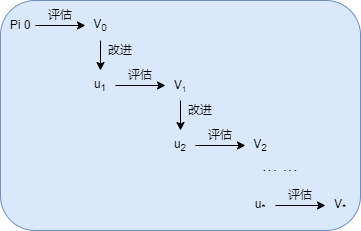
The draw.io diagram docs/ml/rl/images/pi.png in stuPETER12138/wiki, before a commit. Source tidied: cells renumbered, new cells last; positions are measured from the earlier drawing's top-left corner, leaving out a move shared by most shapes.
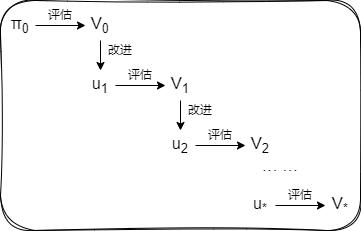
The same file after the commit.

Change to the diagram source:
```diff
@@ -2,19 +2,19 @@
   <root>
     <mxCell id="0" />
     <mxCell id="1" parent="0" />
-    <mxCell id="2" style="rounded=1;whiteSpace=wrap;html=1;fillColor=#dae8fc;strokeColor=#6c8ebf;shadow=0;glass=0;" parent="1" vertex="1">
+    <mxCell id="2" style="rounded=1;whiteSpace=wrap;html=1;shadow=0;glass=0;sketch=1;curveFitting=1;jiggle=2;" parent="1" vertex="1">
       <mxGeometry width="360" height="230" as="geometry" />
     </mxCell>
     <mxCell id="3" style="edgeStyle=none;html=1;exitX=1;exitY=0.5;exitDx=0;exitDy=0;entryX=0;entryY=0.5;entryDx=0;entryDy=0;" parent="1" edge="1" source="4" target="6">
       <mxGeometry relative="1" as="geometry" />
     </mxCell>
-    <mxCell id="4" value="Pi 0" style="text;html=1;align=center;verticalAlign=middle;whiteSpace=wrap;rounded=0;" parent="1" vertex="1">
+    <mxCell id="4" value="&lt;font style=&quot;font-size: 16px;&quot;&gt;π&lt;sub style=&quot;&quot;&gt;0&lt;/sub&gt;&lt;/font&gt;" style="text;html=1;align=center;verticalAlign=middle;whiteSpace=wrap;rounded=0;" parent="1" vertex="1">
       <mxGeometry x="5" y="10" width="30" height="30" as="geometry" />
     </mxCell>
     <mxCell id="5" style="edgeStyle=none;html=1;exitX=0.5;exitY=1;exitDx=0;exitDy=0;entryX=0.5;entryY=0;entryDx=0;entryDy=0;" parent="1" edge="1" source="6" target="9">
       <mxGeometry relative="1" as="geometry" />
     </mxCell>
-    <mxCell id="6" value="V&lt;sub&gt;0&lt;/sub&gt;" style="text;html=1;align=center;verticalAlign=middle;whiteSpace=wrap;rounded=0;" parent="1" vertex="1">
+    <mxCell id="6" value="&lt;font style=&quot;font-size: 16px;&quot;&gt;V&lt;sub style=&quot;&quot;&gt;0&lt;/sub&gt;&lt;/font&gt;" style="text;html=1;align=center;verticalAlign=middle;whiteSpace=wrap;rounded=0;" parent="1" vertex="1">
       <mxGeometry x="85" y="10" width="30" height="30" as="geometry" />
     </mxCell>
     <mxCell id="7" value="评估" style="text;html=1;align=center;verticalAlign=middle;whiteSpace=wrap;rounded=0;" parent="1" vertex="1">
@@ -23,13 +23,13 @@
     <mxCell id="8" style="edgeStyle=none;html=1;exitX=1;exitY=0.5;exitDx=0;exitDy=0;entryX=0;entryY=0.5;entryDx=0;entryDy=0;" parent="1" edge="1" source="9" target="11">
       <mxGeometry relative="1" as="geometry" />
     </mxCell>
-    <mxCell id="9" value="u&lt;sub&gt;1&lt;/sub&gt;" style="text;html=1;align=center;verticalAlign=middle;whiteSpace=wrap;rounded=0;" parent="1" vertex="1">
+    <mxCell id="9" value="&lt;font style=&quot;font-size: 16px;&quot;&gt;u&lt;sub style=&quot;&quot;&gt;1&lt;/sub&gt;&lt;/font&gt;" style="text;html=1;align=center;verticalAlign=middle;whiteSpace=wrap;rounded=0;" parent="1" vertex="1">
       <mxGeometry x="85" y="70" width="30" height="30" as="geometry" />
     </mxCell>
     <mxCell id="10" value="改进" style="text;html=1;align=center;verticalAlign=middle;whiteSpace=wrap;rounded=0;" parent="1" vertex="1">
       <mxGeometry x="95" y="40" width="50" height="20" as="geometry" />
     </mxCell>
-    <mxCell id="11" value="V&lt;span style=&quot;font-size: 10px;&quot;&gt;&lt;sub&gt;1&lt;/sub&gt;&lt;/span&gt;" style="text;html=1;align=center;verticalAlign=middle;whiteSpace=wrap;rounded=0;" parent="1" vertex="1">
+    <mxCell id="11" value="&lt;font style=&quot;font-size: 16px;&quot;&gt;V&lt;sub style=&quot;&quot;&gt;1&lt;/sub&gt;&lt;/font&gt;" style="text;html=1;align=center;verticalAlign=middle;whiteSpace=wrap;rounded=0;" parent="1" vertex="1">
       <mxGeometry x="165" y="70" width="30" height="30" as="geometry" />
     </mxCell>
     <mxCell id="12" value="评估" style="text;html=1;align=center;verticalAlign=middle;whiteSpace=wrap;rounded=0;" parent="1" vertex="1">
@@ -41,13 +41,13 @@
     <mxCell id="14" style="edgeStyle=none;html=1;exitX=1;exitY=0.5;exitDx=0;exitDy=0;entryX=0;entryY=0.5;entryDx=0;entryDy=0;" parent="1" edge="1" source="15" target="17">
       <mxGeometry relative="1" as="geometry" />
     </mxCell>
-    <mxCell id="15" value="u&lt;sub&gt;2&lt;/sub&gt;" style="text;html=1;align=center;verticalAlign=middle;whiteSpace=wrap;rounded=0;" parent="1" vertex="1">
+    <mxCell id="15" value="&lt;font style=&quot;font-size: 16px;&quot;&gt;u&lt;sub style=&quot;&quot;&gt;2&lt;/sub&gt;&lt;/font&gt;" style="text;html=1;align=center;verticalAlign=middle;whiteSpace=wrap;rounded=0;" parent="1" vertex="1">
       <mxGeometry x="165" y="130" width="30" height="30" as="geometry" />
     </mxCell>
     <mxCell id="16" value="改进" style="text;html=1;align=center;verticalAlign=middle;whiteSpace=wrap;rounded=0;" parent="1" vertex="1">
       <mxGeometry x="175" y="100" width="50" height="20" as="geometry" />
     </mxCell>
-    <mxCell id="17" value="V&lt;sub&gt;2&lt;/sub&gt;" style="text;html=1;align=center;verticalAlign=middle;whiteSpace=wrap;rounded=0;" parent="1" vertex="1">
+    <mxCell id="17" value="&lt;font style=&quot;font-size: 16px;&quot;&gt;V&lt;sub style=&quot;&quot;&gt;2&lt;/sub&gt;&lt;/font&gt;" style="text;html=1;align=center;verticalAlign=middle;whiteSpace=wrap;rounded=0;" parent="1" vertex="1">
       <mxGeometry x="245" y="130" width="30" height="30" as="geometry" />
     </mxCell>
     <mxCell id="18" value="评估" style="text;html=1;align=center;verticalAlign=middle;whiteSpace=wrap;rounded=0;" parent="1" vertex="1">
@@ -56,13 +56,13 @@
     <mxCell id="19" style="edgeStyle=none;html=1;exitX=1;exitY=0.5;exitDx=0;exitDy=0;entryX=0;entryY=0.5;entryDx=0;entryDy=0;" parent="1" edge="1" source="20" target="22">
       <mxGeometry relative="1" as="geometry" />
     </mxCell>
-    <mxCell id="20" value="u&lt;sub&gt;*&lt;/sub&gt;" style="text;html=1;align=center;verticalAlign=middle;whiteSpace=wrap;rounded=0;" parent="1" vertex="1">
+    <mxCell id="20" value="&lt;font style=&quot;font-size: 16px;&quot;&gt;u&lt;sub style=&quot;&quot;&gt;*&lt;/sub&gt;&lt;/font&gt;" style="text;html=1;align=center;verticalAlign=middle;whiteSpace=wrap;rounded=0;" parent="1" vertex="1">
       <mxGeometry x="245" y="190" width="30" height="30" as="geometry" />
     </mxCell>
     <mxCell id="21" value="&lt;font style=&quot;font-size: 16px;&quot;&gt;··· ···&lt;/font&gt;" style="text;html=1;align=center;verticalAlign=middle;whiteSpace=wrap;rounded=0;" parent="1" vertex="1">
       <mxGeometry x="255" y="160" width="50" height="20" as="geometry" />
     </mxCell>
-    <mxCell id="22" value="V&lt;sub&gt;*&lt;/sub&gt;" style="text;html=1;align=center;verticalAlign=middle;whiteSpace=wrap;rounded=0;" parent="1" vertex="1">
+    <mxCell id="22" value="&lt;font style=&quot;font-size: 16px;&quot;&gt;V&lt;sub style=&quot;&quot;&gt;*&lt;/sub&gt;&lt;/font&gt;" style="text;html=1;align=center;verticalAlign=middle;whiteSpace=wrap;rounded=0;" parent="1" vertex="1">
       <mxGeometry x="325" y="190" width="30" height="30" as="geometry" />
     </mxCell>
     <mxCell id="23" value="评估" style="text;html=1;align=center;verticalAlign=middle;whiteSpace=wrap;rounded=0;" parent="1" vertex="1">
```
